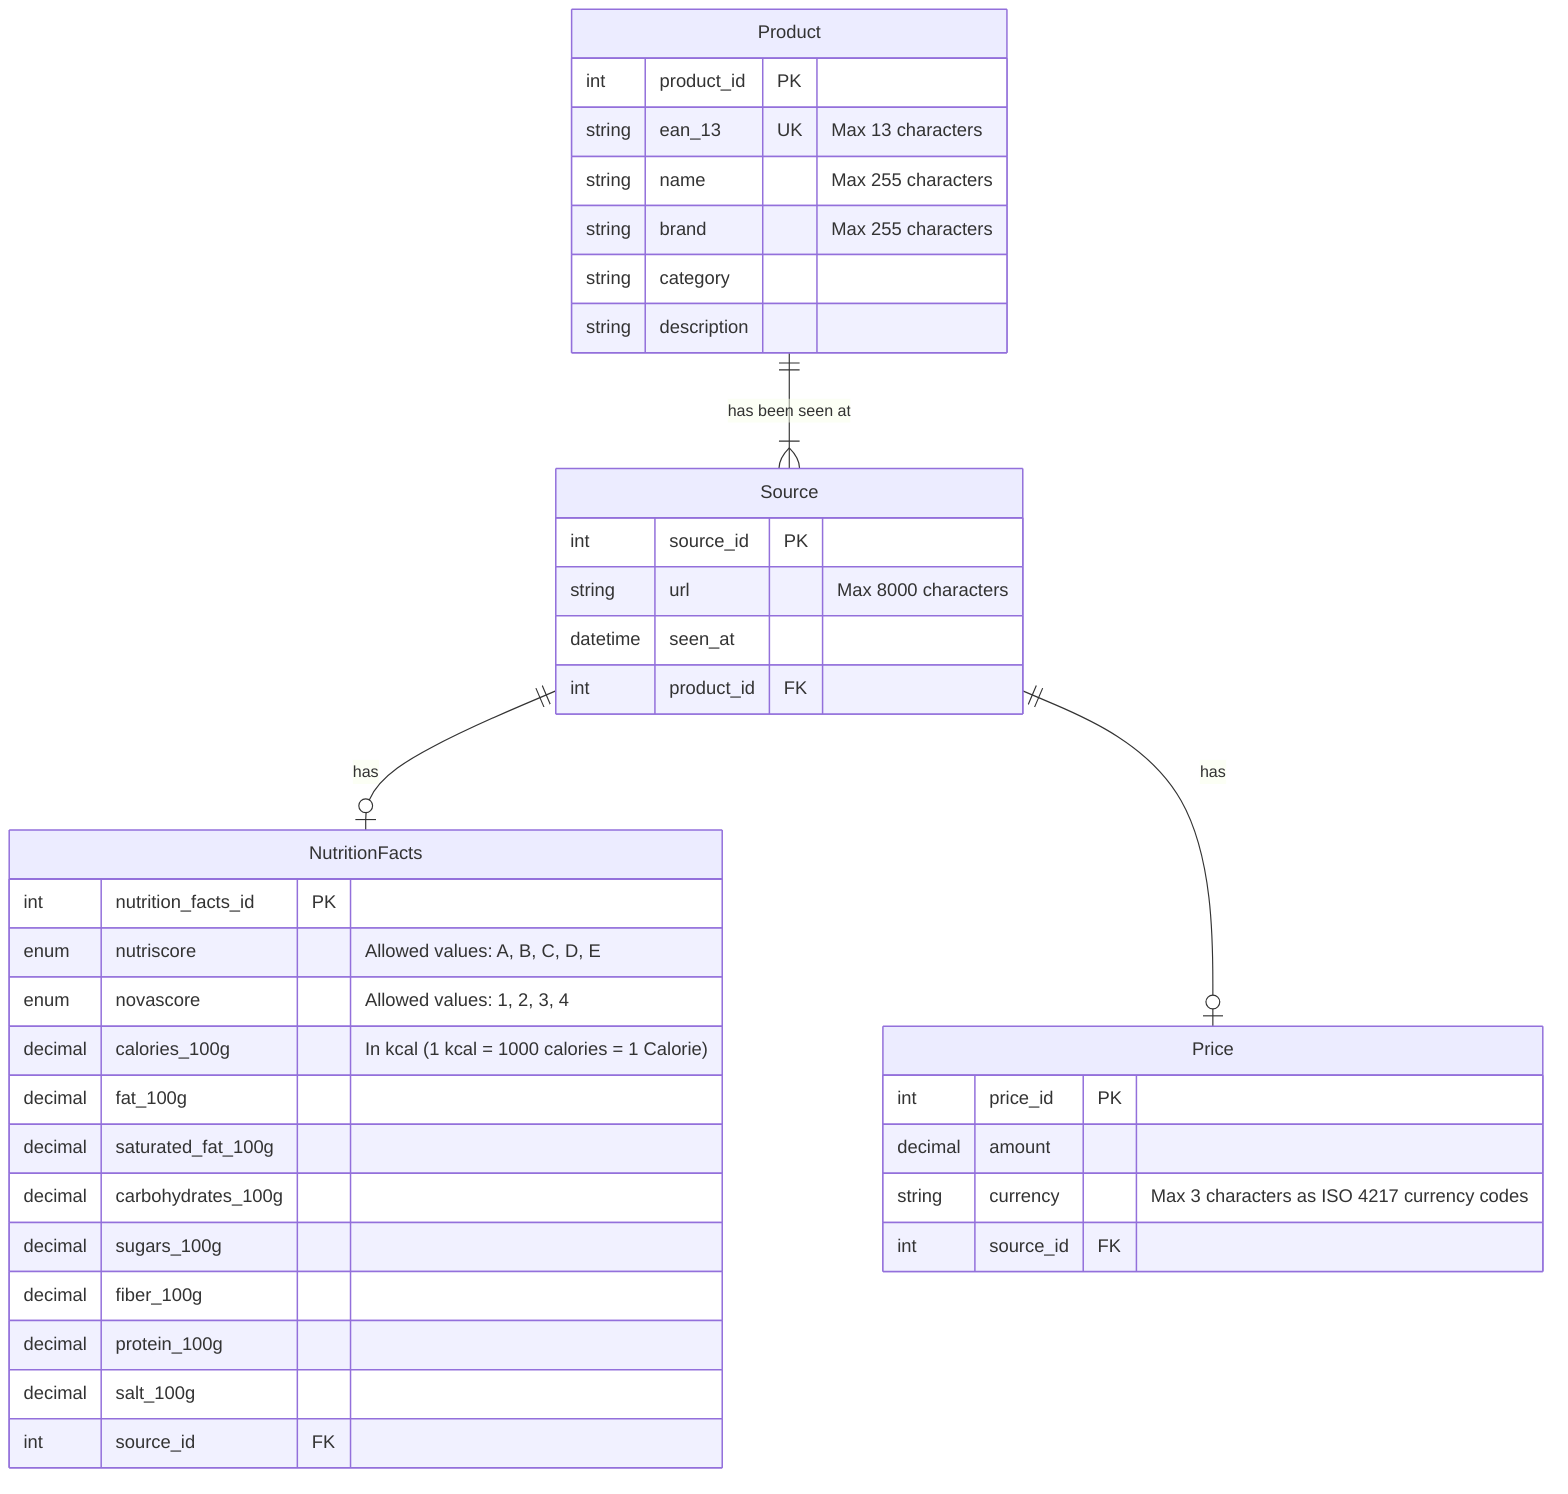
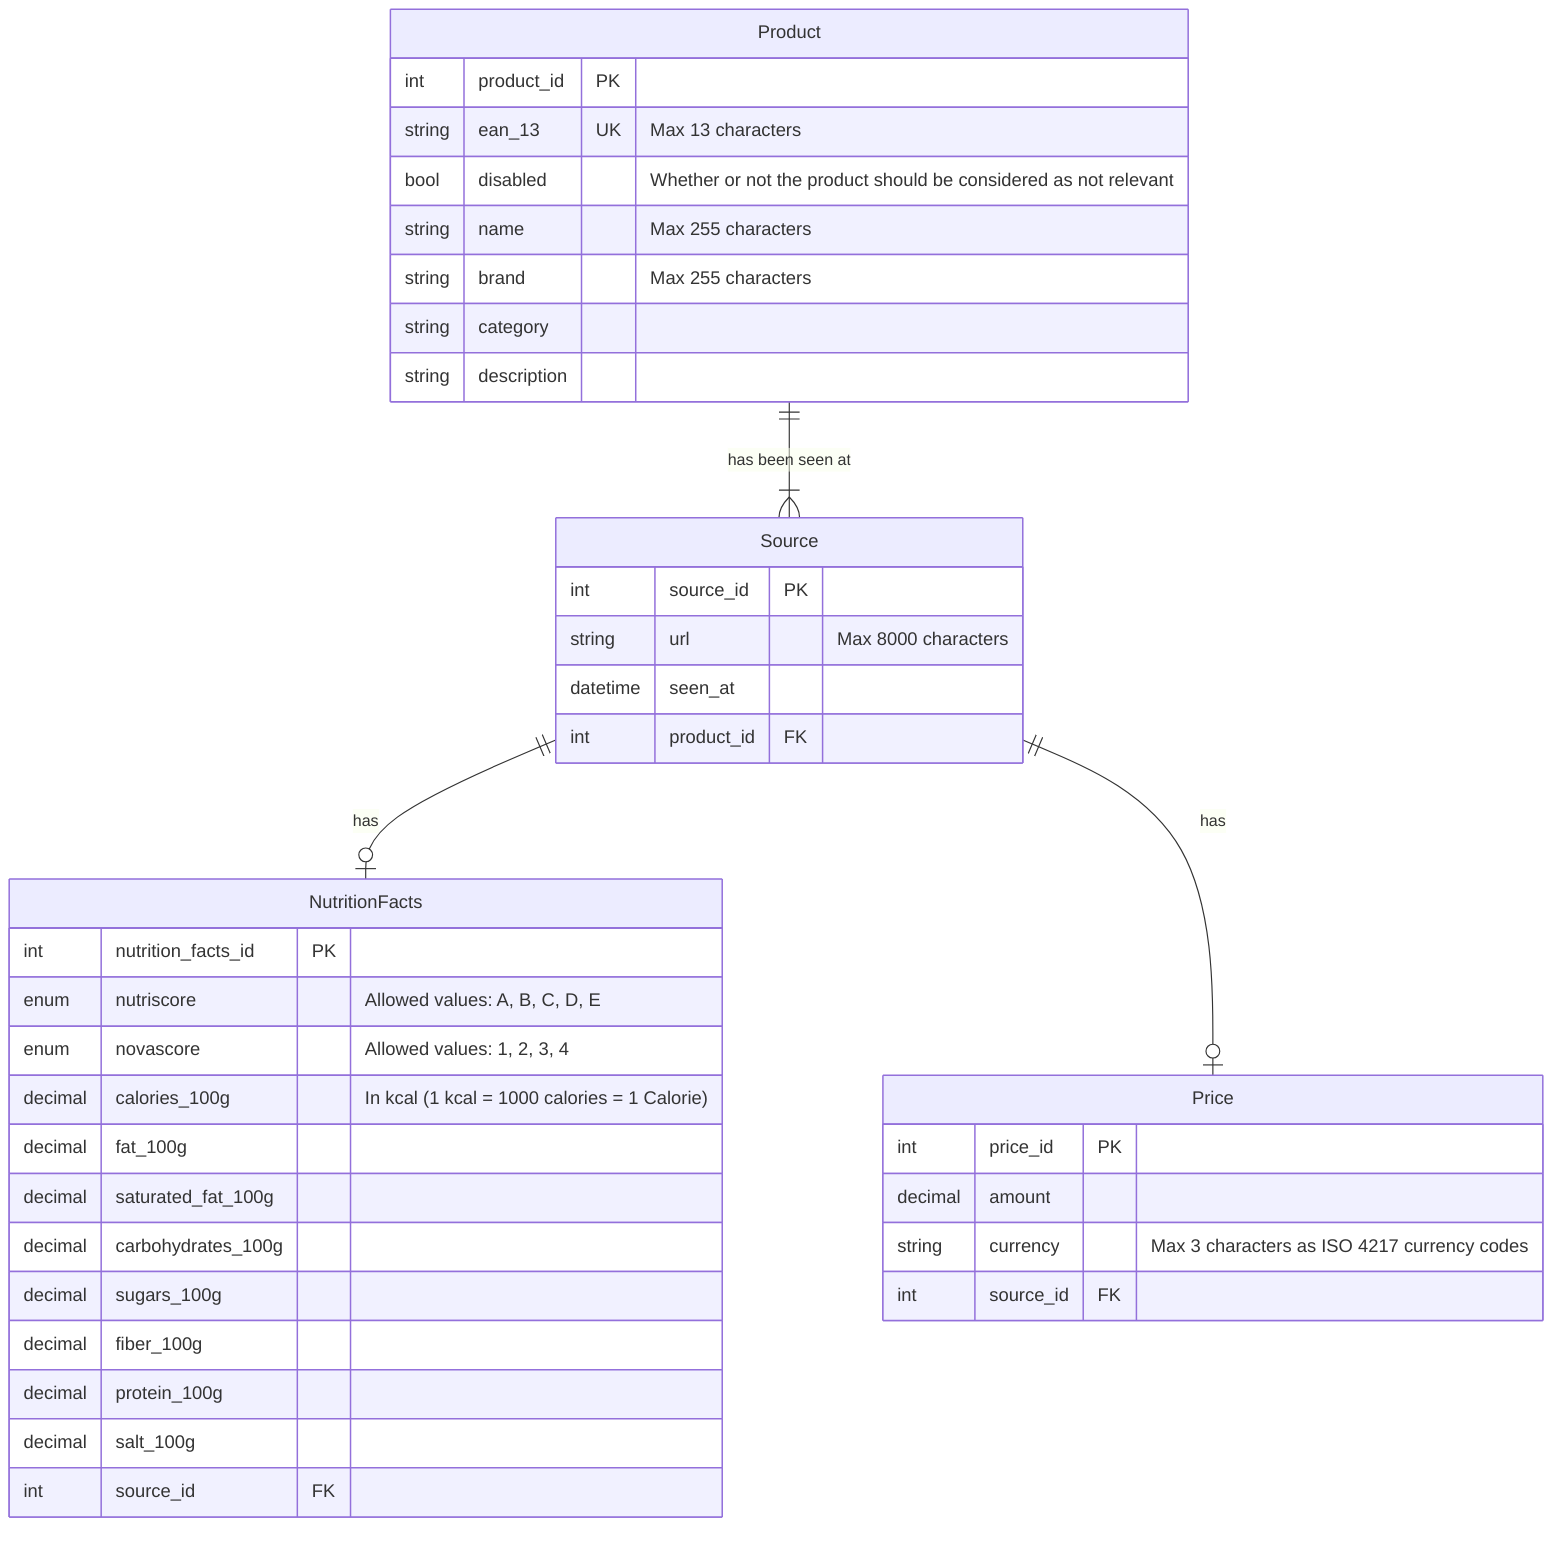
erDiagram
    Product {
        int product_id PK

        string ean_13 UK "Max 13 characters"
+         bool disabled "Whether or not the product should be considered as not relevant"

        string name "Max 255 characters"
        string brand "Max 255 characters"
        string category
        string description
    }

    Source {
        int source_id PK

        string url "Max 8000 characters"
        datetime seen_at

        int product_id FK
    }

    NutritionFacts {
        int nutrition_facts_id PK

        enum nutriscore "Allowed values: A, B, C, D, E"
        enum novascore "Allowed values: 1, 2, 3, 4"

        decimal calories_100g "In kcal (1 kcal = 1000 calories = 1 Calorie)"

        decimal fat_100g
        decimal saturated_fat_100g
        decimal carbohydrates_100g
        decimal sugars_100g
        decimal fiber_100g
        decimal protein_100g
        decimal salt_100g

        int source_id FK
    }

    Price {
        int price_id PK

        decimal amount
        string currency "Max 3 characters as ISO 4217 currency codes"

        int source_id FK
    }

    Product 1--1+ Source : "has been seen at"

    Source 1--one or zero NutritionFacts : "has"
    Source 1--one or zero Price : "has"
